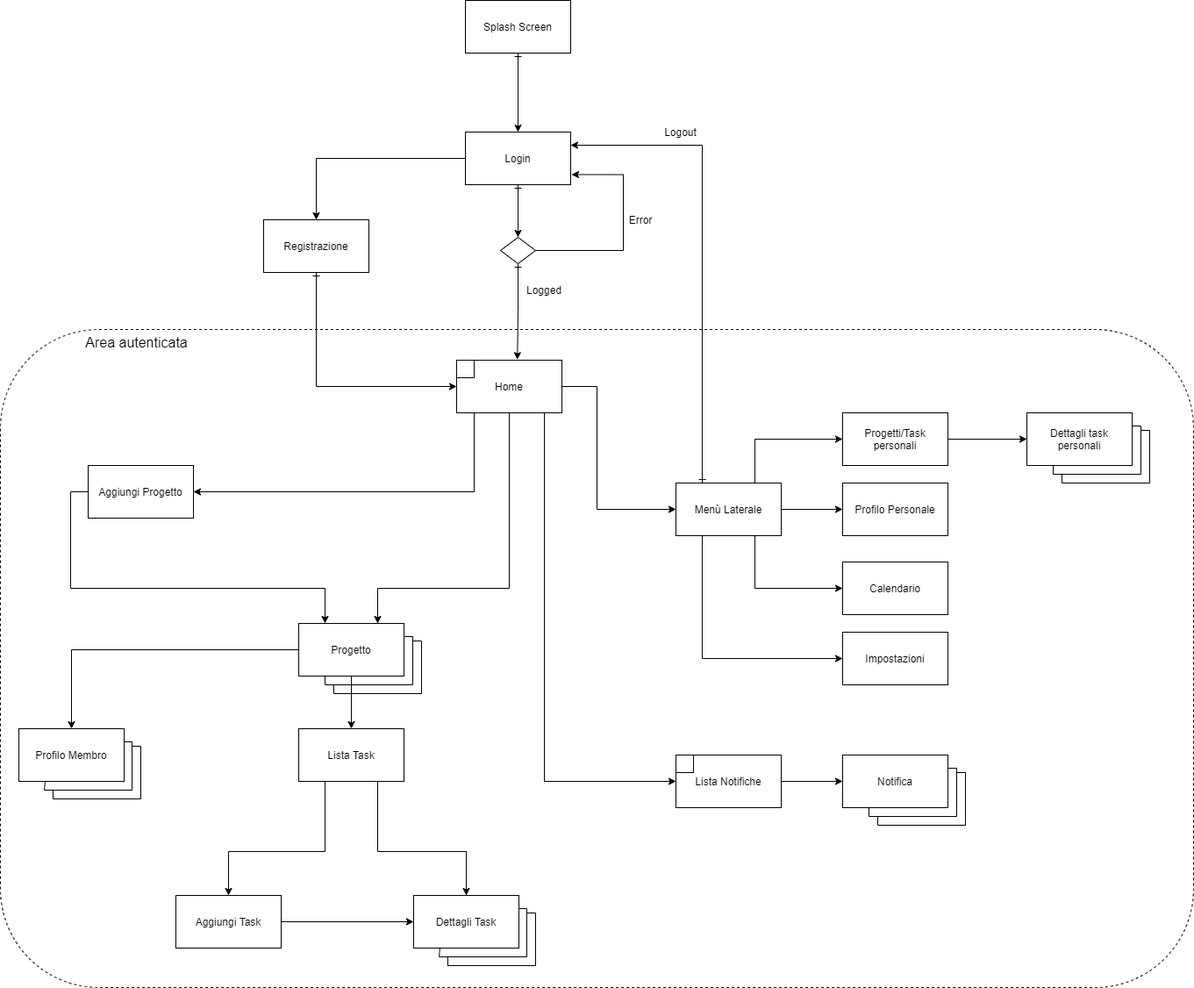
This is Documentazione/Diagrammi/Diagrammi .png/BeeWork-Nav_model.png from SelVer99/BeeWork, a draw.io export, as it was before one commit. Source tidied: cells renumbered, new cells last; positions are measured from the earlier drawing's top-left corner, leaving out a move shared by most shapes.
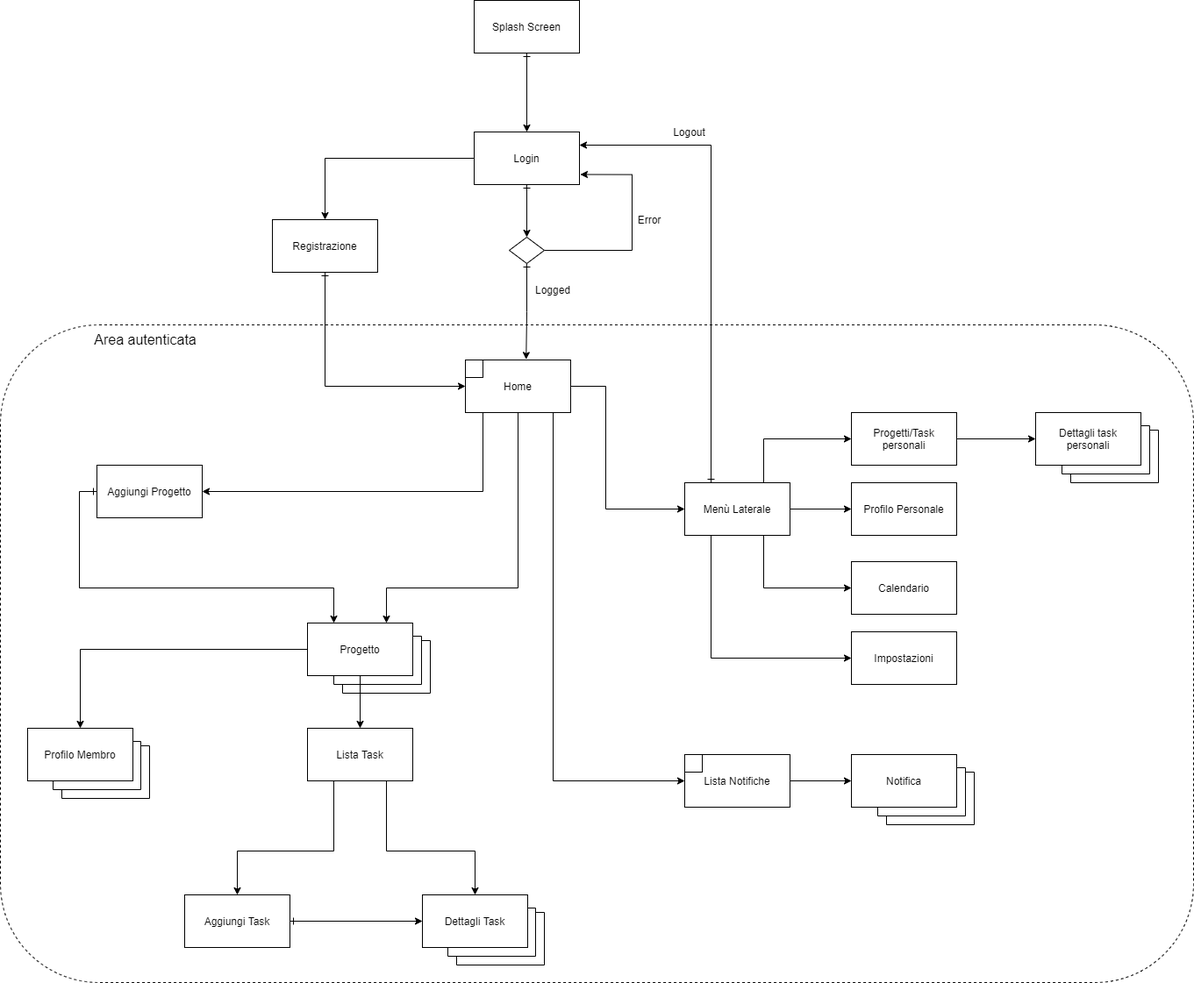
The same diagram one commit later.

Commit message:
Piccolo aggiustamento del Navigation Model

What changed in the source:
```diff
@@ -216,7 +216,7 @@
     <mxCell id="44" value="Lista Task" style="rounded=0;whiteSpace=wrap;html=1;" parent="1" vertex="1">
       <mxGeometry x="340" y="830" width="120" height="60" as="geometry" />
     </mxCell>
-    <mxCell id="45" style="edgeStyle=orthogonalEdgeStyle;rounded=0;jettySize=auto;html=1;exitX=0;exitY=0.5;exitDx=0;exitDy=0;entryX=0.25;entryY=0;entryDx=0;entryDy=0;" parent="1" edge="1" source="46" target="39">
+    <mxCell id="45" style="edgeStyle=orthogonalEdgeStyle;rounded=0;jettySize=auto;html=1;exitX=0;exitY=0.5;exitDx=0;exitDy=0;entryX=0.25;entryY=0;entryDx=0;entryDy=0;startArrow=ERone;startFill=0;" parent="1" edge="1" source="46" target="39">
       <mxGeometry relative="1" as="geometry">
         <Array as="points">
           <mxPoint x="80" y="560" />
@@ -228,7 +228,7 @@
     <mxCell id="46" value="Aggiungi Progetto" style="rounded=0;whiteSpace=wrap;html=1;" parent="1" vertex="1">
       <mxGeometry x="100" y="530" width="120" height="60" as="geometry" />
     </mxCell>
-    <mxCell id="47" style="edgeStyle=orthogonalEdgeStyle;rounded=0;jettySize=auto;html=1;exitX=1;exitY=0.5;exitDx=0;exitDy=0;entryX=0;entryY=0.5;entryDx=0;entryDy=0;" parent="1" edge="1" source="48" target="54">
+    <mxCell id="47" style="edgeStyle=orthogonalEdgeStyle;rounded=0;jettySize=auto;html=1;exitX=1;exitY=0.5;exitDx=0;exitDy=0;entryX=0;entryY=0.5;entryDx=0;entryDy=0;startArrow=ERone;startFill=0;" parent="1" edge="1" source="48" target="54">
       <mxGeometry relative="1" as="geometry" />
     </mxCell>
     <mxCell id="48" value="Aggiungi Task" style="rounded=0;whiteSpace=wrap;html=1;" parent="1" vertex="1">
@@ -316,10 +316,10 @@
       <mxGeometry x="300" y="250" width="120" height="60" as="geometry" />
     </mxCell>
     <mxCell id="68" style="rounded=1;whiteSpace=wrap;html=1;fillColor=none;dashed=1;" parent="1" vertex="1">
-      <mxGeometry y="375" width="1360" height="750" as="geometry" />
+      <mxGeometry x="-10" y="370" width="1360" height="750" as="geometry" />
     </mxCell>
     <mxCell id="69" value="&lt;font style=&quot;font-size: 16px&quot;&gt;Area autenticata&lt;/font&gt;" style="text;html=1;align=center;verticalAlign=middle;" parent="1" vertex="1">
-      <mxGeometry x="90" y="380" width="130" height="20" as="geometry" />
+      <mxGeometry x="90" y="377" width="130" height="20" as="geometry" />
     </mxCell>
     <mxCell id="70" style="group;" parent="1" vertex="1">
       <mxGeometry x="20" y="830" width="140" height="80" as="geometry" />
```
